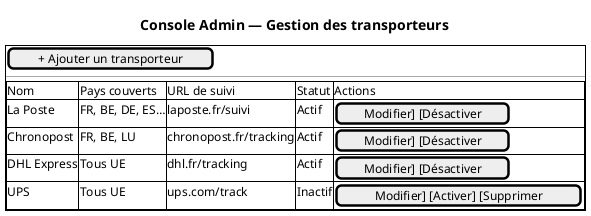
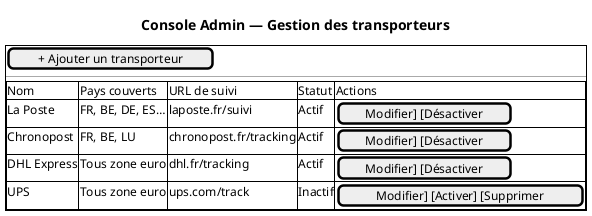
@startsalt
' Composant PA : front-admin (Console Administrateur)
' Fonctions allouées : Service Compte — FS-A03 (gestion transporteurs)
' La désactivation masque le transporteur sans supprimer les expéditions existantes
' La suppression est bloquée si des expéditions actives référencent ce transporteur
title Console Admin — Gestion des transporteurs

{+
  [+ Ajouter un transporteur]
  --
  {#
    Nom          | Pays couverts    | URL de suivi              | Statut   | Actions
    La Poste     | FR, BE, DE, ES…  | laposte.fr/suivi          | Actif    | [Modifier] [Désactiver]
    Chronopost   | FR, BE, LU       | chronopost.fr/tracking    | Actif    | [Modifier] [Désactiver]
-     DHL Express  | Tous UE          | dhl.fr/tracking           | Actif    | [Modifier] [Désactiver]
-     UPS          | Tous UE          | ups.com/track             | Inactif  | [Modifier] [Activer] [Supprimer]
+     DHL Express  | Tous zone euro          | dhl.fr/tracking           | Actif    | [Modifier] [Désactiver]
+     UPS          | Tous zone euro          | ups.com/track             | Inactif  | [Modifier] [Activer] [Supprimer]
  }
}
@endsalt
